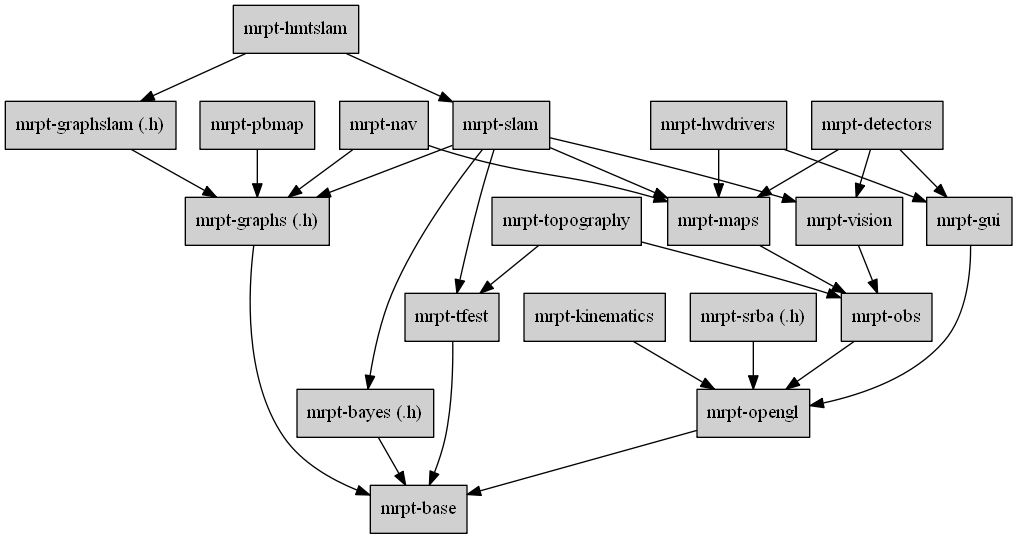
MRPT/mrpt keeps this Graphviz diagram as doc/design_of_images/graph_mrpt_libs.png. Above is the earlier version. Its source is kept beside it as doc/design_of_images/graph_mrpt_libs.dot.
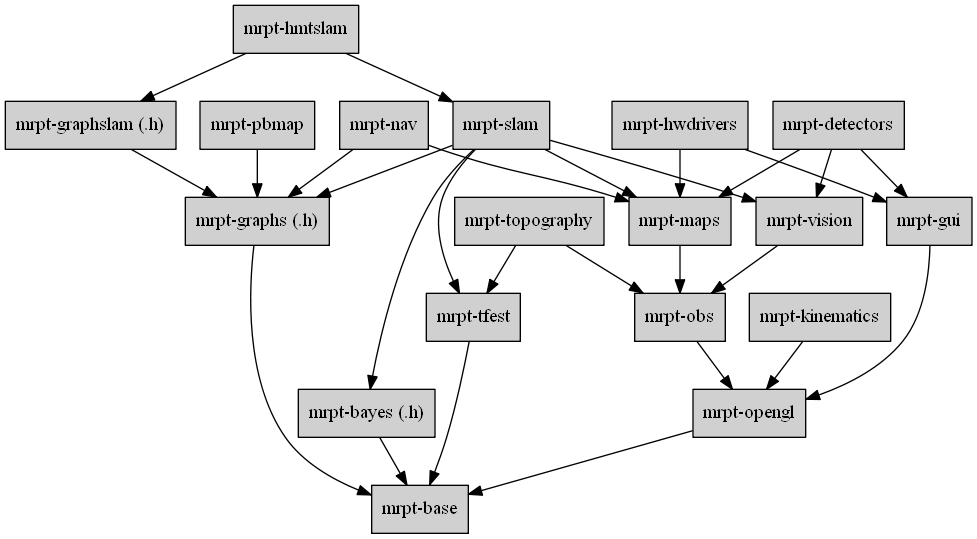
After the change.

Diff of the diagram source:
```diff
@@ -24,12 +24,7 @@
 
 	kinematics	[label="mrpt-kinematics",URL="group__mrpt__kinematics__grp.html"];
 
-	srba	[label="mrpt-srba (.h)",URL="group__mrpt__srba__grp.html"];
-
 	pbmap    [label="mrpt-pbmap",URL="group__mrpt__pbmap__grp.html"];
-
-
-	srba -> opengl;
 
 	pbmap -> graphs;
 
```
